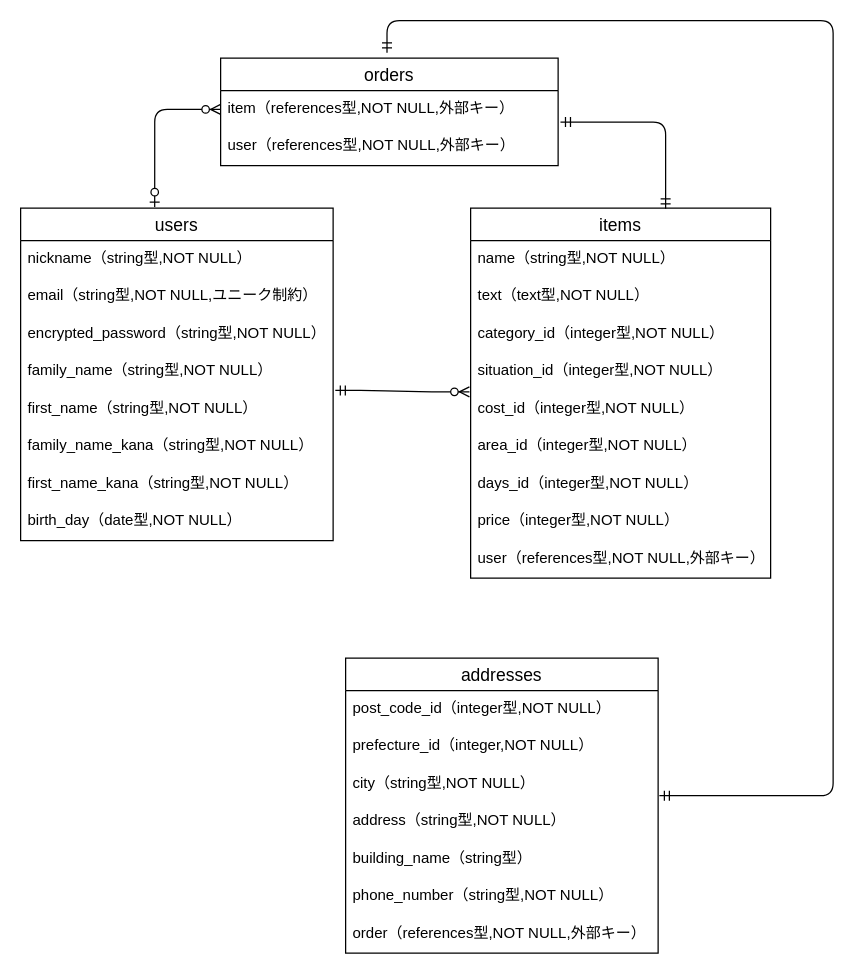
hiromu01/furima-38563 keeps this draw.io diagram as furima.dio. Above is the earlier version. Source tidied: cells renumbered, new cells numbered last; positions are measured from the earlier drawing's top-left corner, leaving out a move shared by most shapes. Both pictures are drawn from the tidied source at 125%, with x=0, y=0 at pixel (20, 20).
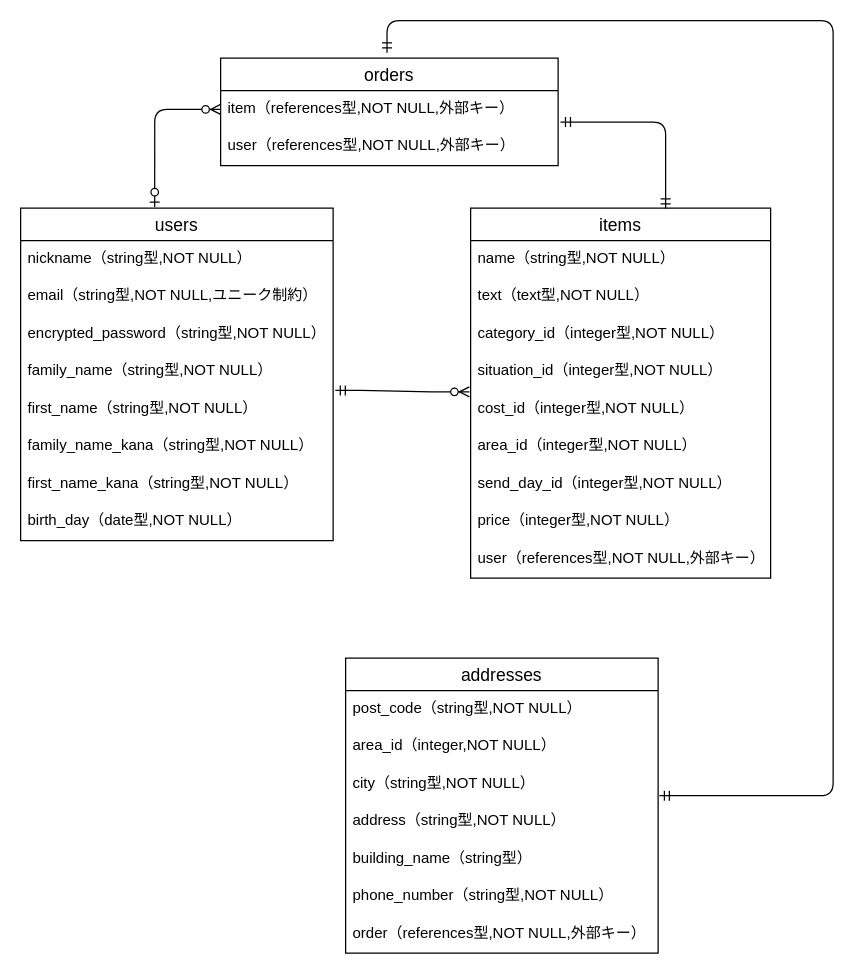
The same diagram, later.

The change refers to these unchanged cells:
```xml
<mxCell id="11" value="items" style="swimlane;fontStyle=0;horizontal=1;startSize=26;align=center;fontSize=14;" parent="1" vertex="1">
  <mxGeometry x="360" y="150" width="240" height="296" as="geometry" />
</mxCell>
<mxCell id="21" value="addresses" style="swimlane;fontStyle=0;horizontal=1;startSize=26;align=center;fontSize=14;" parent="1" vertex="1">
  <mxGeometry x="260" y="510" width="250" height="236" as="geometry" />
</mxCell>
```

Diff of the diagram source:
```diff
@@
-    <mxCell id="18" value="days_id（integer型,NOT NULL）" style="text;strokeColor=none;fillColor=none;spacingLeft=4;spacingRight=4;overflow=hidden;fontSize=12;" parent="11" vertex="1">
+    <mxCell id="18" value="send_day_id（integer型,NOT NULL）" style="text;strokeColor=none;fillColor=none;spacingLeft=4;spacingRight=4;overflow=hidden;fontSize=12;" parent="11" vertex="1">
       <mxGeometry y="206" width="240" height="30" as="geometry" />
     </mxCell>
@@
-    <mxCell id="22" value="post_code_id（integer型,NOT NULL）" style="text;strokeColor=none;fillColor=none;spacingLeft=4;spacingRight=4;overflow=hidden;fontSize=12;" parent="21" vertex="1">
+    <mxCell id="22" value="post_code（string型,NOT NULL）" style="text;strokeColor=none;fillColor=none;spacingLeft=4;spacingRight=4;overflow=hidden;fontSize=12;" parent="21" vertex="1">
       <mxGeometry y="26" width="250" height="30" as="geometry" />
     </mxCell>
-    <mxCell id="23" value="prefecture_id（integer,NOT NULL）" style="text;strokeColor=none;fillColor=none;spacingLeft=4;spacingRight=4;overflow=hidden;fontSize=12;" parent="21" vertex="1">
+    <mxCell id="23" value="area_id（integer,NOT NULL）" style="text;strokeColor=none;fillColor=none;spacingLeft=4;spacingRight=4;overflow=hidden;fontSize=12;" parent="21" vertex="1">
       <mxGeometry y="56" width="250" height="30" as="geometry" />
     </mxCell>
```
